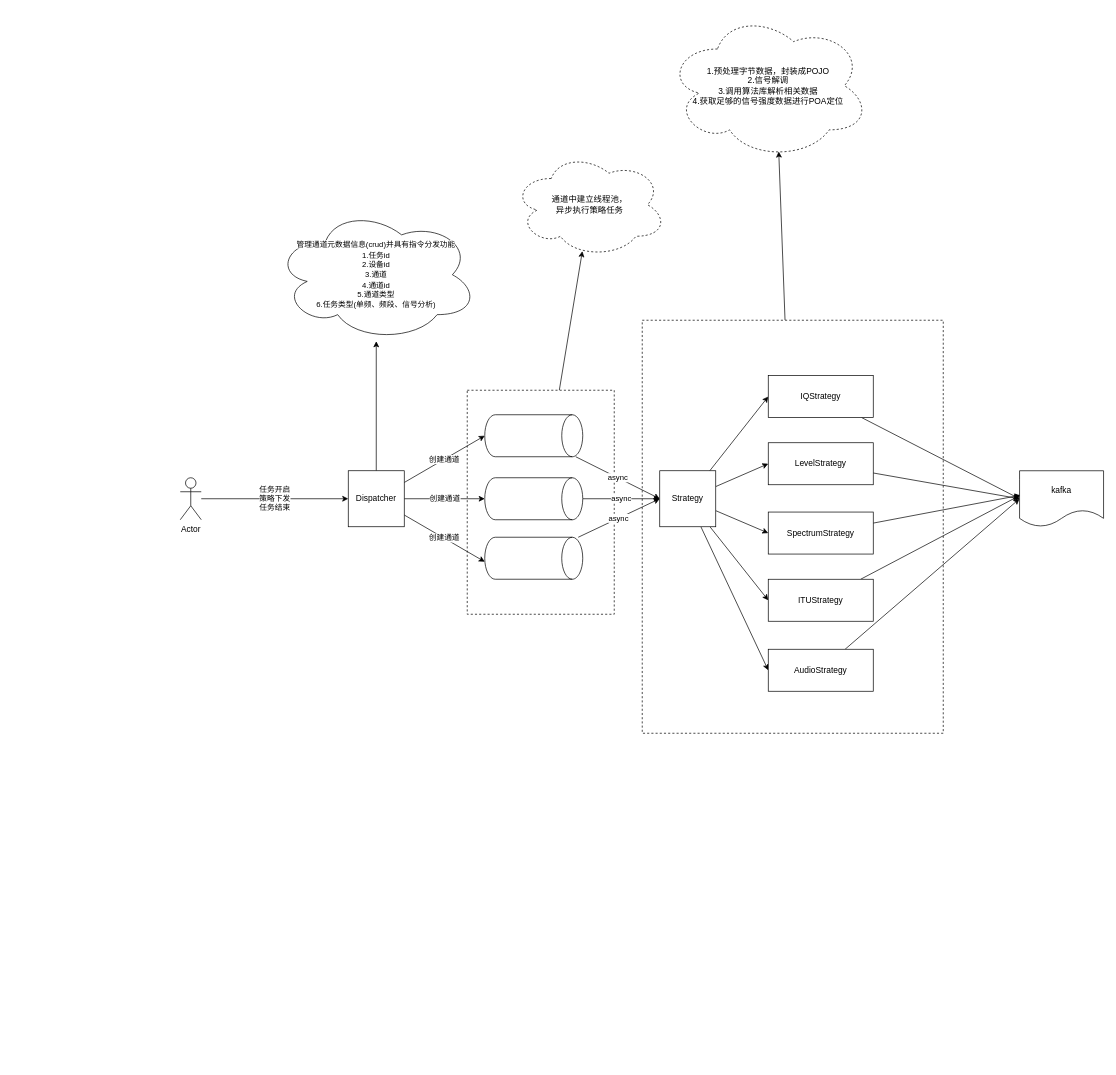
Above: netty通道图.drawio in KodeChicken/draw (draw.io), before the change. Source tidied: cells renumbered, new cells numbered last; positions are measured from the earlier drawing's top-left corner, leaving out a move shared by most shapes. Both pictures are drawn from the tidied source at 70%, with x=0, y=0 at pixel (180, 12). Pictures stored in the file or linked from it are replaced by grey dashed boxes.
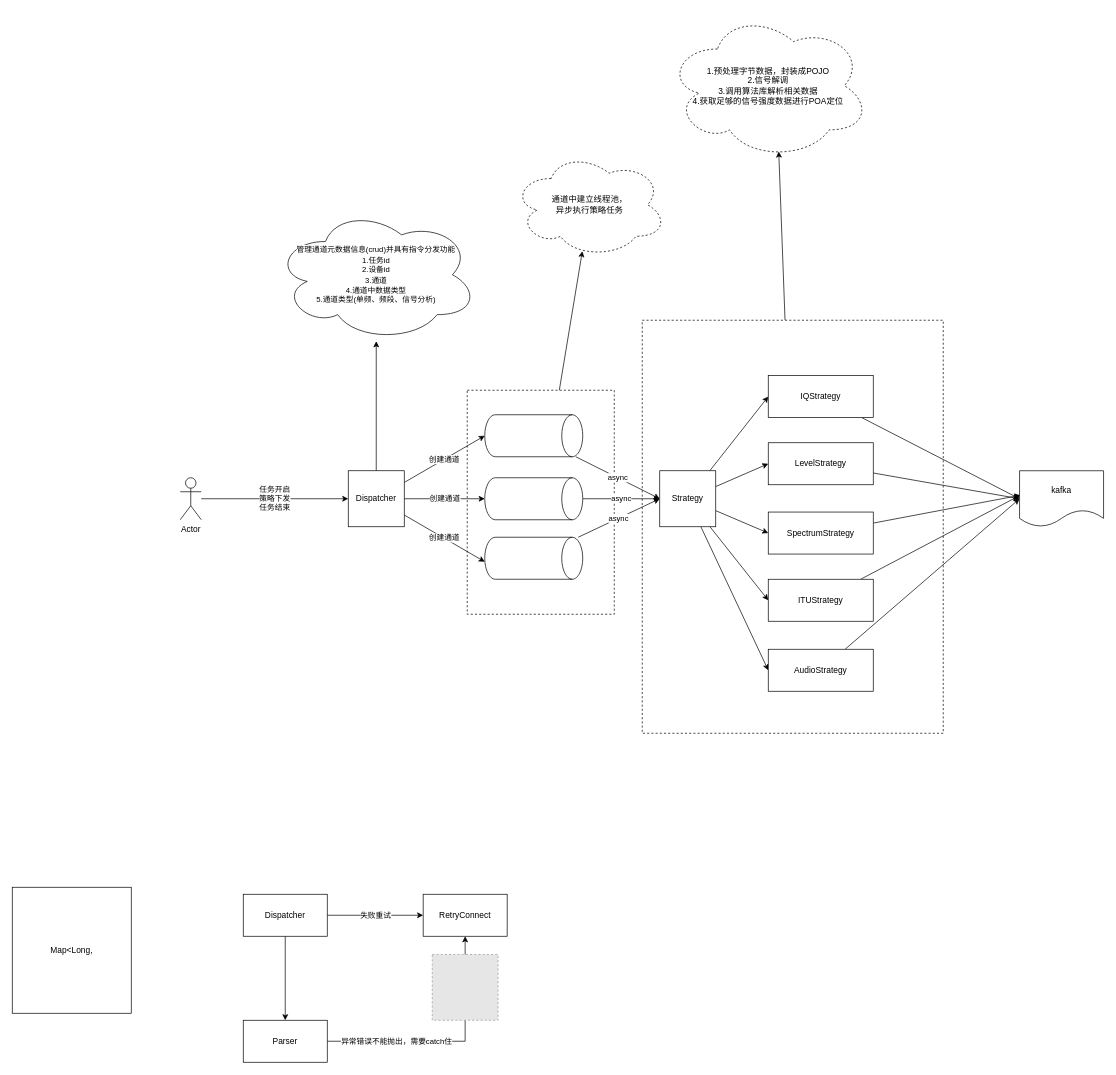
Above is the later version.

Commit message:
更新netty通道图.drawio

Diff of the diagram source:
```diff
@@
-    <mxCell id="25" value="&lt;span style=&quot;font-size: 11px ; background-color: rgb(255 , 255 , 255)&quot;&gt;管理通道元数据信息(crud)并具有指令分发功能&lt;/span&gt;&lt;br style=&quot;font-size: 11px&quot;&gt;&lt;span style=&quot;font-size: 11px ; background-color: rgb(255 , 255 , 255)&quot;&gt;1.任务id&lt;/span&gt;&lt;br style=&quot;font-size: 11px&quot;&gt;&lt;span style=&quot;font-size: 11px ; background-color: rgb(255 , 255 , 255)&quot;&gt;2.设备id&lt;/span&gt;&lt;br style=&quot;font-size: 11px&quot;&gt;&lt;span style=&quot;font-size: 11px ; background-color: rgb(255 , 255 , 255)&quot;&gt;3.通道&lt;/span&gt;&lt;br style=&quot;font-size: 11px&quot;&gt;&lt;span style=&quot;font-size: 11px ; background-color: rgb(255 , 255 , 255)&quot;&gt;4.通道id&lt;/span&gt;&lt;br style=&quot;font-size: 11px&quot;&gt;&lt;span style=&quot;font-size: 11px ; background-color: rgb(255 , 255 , 255)&quot;&gt;5.通道类型&lt;/span&gt;&lt;br style=&quot;font-size: 11px&quot;&gt;&lt;span style=&quot;font-size: 11px ; background-color: rgb(255 , 255 , 255)&quot;&gt;6.任务类型(单频、频段、信号分析)&lt;/span&gt;" style="ellipse;shape=cloud;whiteSpace=wrap;html=1;" parent="1" vertex="1">
+    <mxCell id="25" value="&lt;span style=&quot;font-size: 11px ; background-color: rgb(255 , 255 , 255)&quot;&gt;管理通道元数据信息(crud)并具有指令分发功能&lt;/span&gt;&lt;br style=&quot;font-size: 11px&quot;&gt;&lt;span style=&quot;font-size: 11px ; background-color: rgb(255 , 255 , 255)&quot;&gt;1.任务id&lt;/span&gt;&lt;br style=&quot;font-size: 11px&quot;&gt;&lt;span style=&quot;font-size: 11px ; background-color: rgb(255 , 255 , 255)&quot;&gt;2.设备id&lt;/span&gt;&lt;br style=&quot;font-size: 11px&quot;&gt;&lt;span style=&quot;font-size: 11px ; background-color: rgb(255 , 255 , 255)&quot;&gt;3.通道&lt;/span&gt;&lt;br style=&quot;font-size: 11px&quot;&gt;&lt;span style=&quot;font-size: 11px ; background-color: rgb(255 , 255 , 255)&quot;&gt;4.通道中数据类型&lt;/span&gt;&lt;br style=&quot;font-size: 11px&quot;&gt;&lt;span style=&quot;font-size: 11px ; background-color: rgb(255 , 255 , 255)&quot;&gt;5.通道类型&lt;/span&gt;&lt;span style=&quot;font-size: 11px ; background-color: rgb(255 , 255 , 255)&quot;&gt;(单频、频段、信号分析)&lt;/span&gt;" style="ellipse;shape=cloud;whiteSpace=wrap;html=1;" parent="1" vertex="1">
       <mxGeometry x="135" y="280" width="290" height="190" as="geometry" />
     </mxCell>
@@
+    <mxCell id="39" value="失败重试" style="edgeStyle=orthogonalEdgeStyle;rounded=0;jettySize=auto;html=1;entryX=0;entryY=0.5;entryDx=0;entryDy=0;" parent="1" edge="1" source="41" target="45">
+      <mxGeometry relative="1" as="geometry" />
+    </mxCell>
+    <mxCell id="40" style="edgeStyle=orthogonalEdgeStyle;rounded=0;jettySize=auto;html=1;entryX=0.5;entryY=0;entryDx=0;entryDy=0;" parent="1" edge="1" source="41" target="44">
+      <mxGeometry relative="1" as="geometry" />
+    </mxCell>
+    <mxCell id="41" value="Dispatcher" style="rounded=0;whiteSpace=wrap;html=1;" parent="1" vertex="1">
+      <mxGeometry x="90" y="1260" width="120" height="60" as="geometry" />
+    </mxCell>
+    <mxCell id="42" style="edgeStyle=orthogonalEdgeStyle;rounded=0;jettySize=auto;html=1;entryX=0.5;entryY=1;entryDx=0;entryDy=0;" parent="1" edge="1" source="44" target="45">
+      <mxGeometry relative="1" as="geometry">
+        <Array as="points">
+          <mxPoint x="407" y="1470" />
+        </Array>
+      </mxGeometry>
+    </mxCell>
+    <mxCell id="43" value="异常错误不能抛出，需要catch住" style="edgeLabel;html=1;align=center;verticalAlign=middle;" parent="42" vertex="1">
+      <mxGeometry x="-0.65" y="1" relative="1" as="geometry">
+        <mxPoint x="37" as="offset" />
+      </mxGeometry>
+    </mxCell>
+    <mxCell id="44" value="Parser" style="rounded=0;whiteSpace=wrap;html=1;" parent="1" vertex="1">
+      <mxGeometry x="90" y="1440" width="120" height="60" as="geometry" />
+    </mxCell>
+    <mxCell id="45" value="RetryConnect" style="rounded=0;whiteSpace=wrap;html=1;" parent="1" vertex="1">
+      <mxGeometry x="347" y="1260" width="120" height="60" as="geometry" />
+    </mxCell>
+    <mxCell id="46" style="fillColor=#E6E6E6;strokeColor=#999999;dashed=1;html=1;verticalAlign=top;verticalLabelPosition=bottom;labelBackgroundColor=#ffffff;" parent="1" vertex="1">
+      <mxGeometry x="360" y="1346" width="94" height="94" as="geometry" />
+    </mxCell>
+    <mxCell id="47" value="Map&amp;lt;Long," style="rounded=0;whiteSpace=wrap;html=1;" parent="1" vertex="1">
+      <mxGeometry x="-240" y="1250" width="170" height="180" as="geometry" />
+    </mxCell>
```
